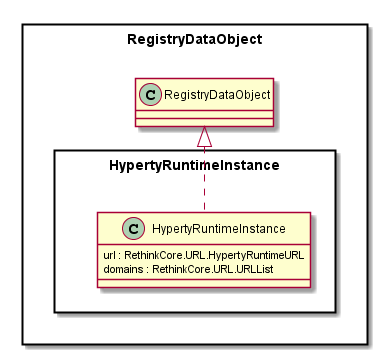
Earlier version of the PlantUML export docs/datamodel/Hyperty-Runtime-Instance-Data-Object-Model.png (reTHINK-project/dev-service-framework).
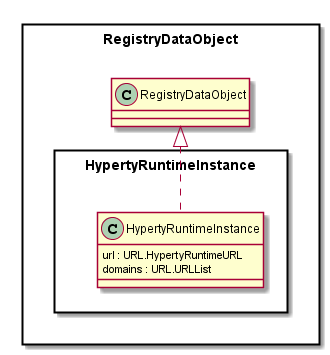
After the commit.

Change to the diagram source:
```diff
@@ -5,8 +5,8 @@
 package HypertyRuntimeInstance <<Rect>> {
 
 	class HypertyRuntimeInstance {
-		url : RethinkCore.URL.HypertyRuntimeURL
-		domains : RethinkCore.URL.URLList
+		url : URL.HypertyRuntimeURL
+		domains : URL.URLList
 	}
 
 	HypertyRuntimeInstance .up.|> RegistryDataObject.RegistryDataObject
```
